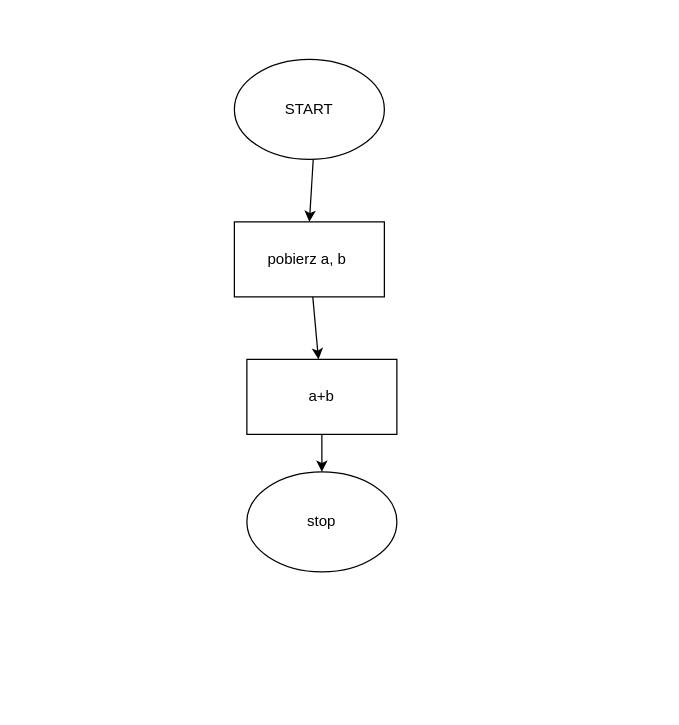
Above: dodawanie.drawio in BartoszKowalskiTCZ/Algorytmy (draw.io), before the change. Source tidied: cells renumbered, new cells numbered last; positions are measured from the earlier drawing's top-left corner, leaving out a move shared by most shapes. Both pictures are drawn from the tidied source at 125%, with x=0, y=0 at pixel (234, 59).
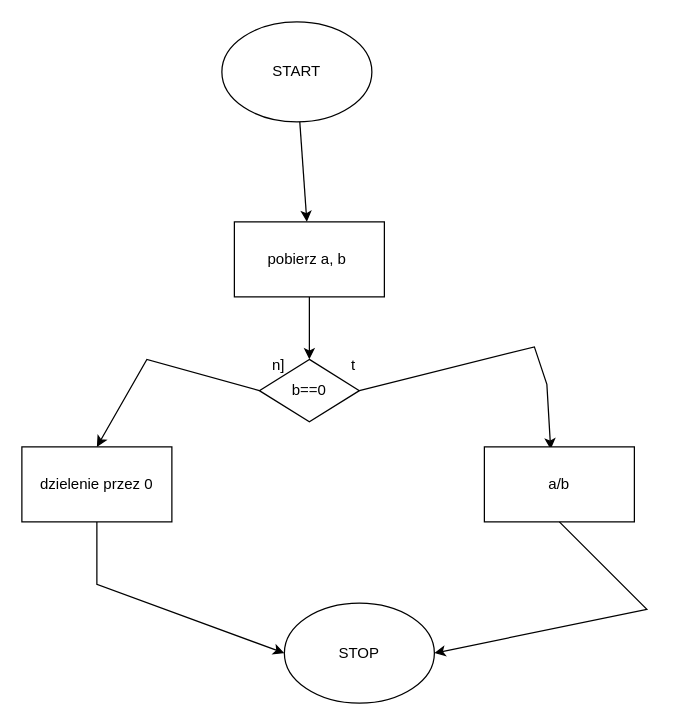
After the change.

Unchanged cells that the change refers to:
```xml
<mxCell id="3" value="pobierz a, b&amp;nbsp;" style="rounded=0;whiteSpace=wrap;html=1;" parent="1" vertex="1">
  <mxGeometry y="130" width="120" height="60" as="geometry" />
</mxCell>
```

Diff of the diagram source:
```diff
@@
     <mxCell id="2" value="START" style="ellipse;whiteSpace=wrap;html=1;" parent="1" vertex="1">
-      <mxGeometry width="120" height="80" as="geometry" />
+      <mxGeometry x="-10" y="-30" width="120" height="80" as="geometry" />
     </mxCell>
@@
-    <mxCell id="4" value="a+b" style="rounded=0;whiteSpace=wrap;html=1;" parent="1" vertex="1">
-      <mxGeometry x="10" y="240" width="120" height="60" as="geometry" />
-    </mxCell>
-    <mxCell id="5" value="stop" style="ellipse;whiteSpace=wrap;html=1;" parent="1" vertex="1">
-      <mxGeometry x="10" y="330" width="120" height="80" as="geometry" />
-    </mxCell>
@@
-    <mxCell id="7" style="endArrow=classic;html=1;rounded=0;" parent="1" edge="1" source="3" target="4">
-      <mxGeometry relative="1" as="geometry" />
-    </mxCell>
-    <mxCell id="8" style="endArrow=classic;html=1;rounded=0;" parent="1" edge="1" source="4" target="5">
-      <mxGeometry relative="1" as="geometry" />
+    <mxCell id="8" style="endArrow=classic;html=1;rounded=0;entryX=0;entryY=0.5;entryDx=0;entryDy=0;exitX=0.5;exitY=1;exitDx=0;exitDy=0;" parent="1" edge="1" source="15" target="16">
+      <mxGeometry relative="1" as="geometry">
+        <Array as="points">
+          <mxPoint x="-110" y="420" />
+        </Array>
+      </mxGeometry>
     </mxCell>
+    <mxCell id="9" value="b==0" style="rhombus;whiteSpace=wrap;html=1;" parent="1" vertex="1">
+      <mxGeometry x="20" y="240" width="80" height="50" as="geometry" />
+    </mxCell>
+    <mxCell id="10" style="endArrow=classic;html=1;rounded=0;exitX=0;exitY=0.5;exitDx=0;exitDy=0;entryX=0.5;entryY=0;entryDx=0;entryDy=0;" parent="1" edge="1" source="9" target="15">
+      <mxGeometry relative="1" as="geometry">
+        <Array as="points">
+          <mxPoint x="-70" y="240" />
+        </Array>
+      </mxGeometry>
+    </mxCell>
+    <mxCell id="11" style="endArrow=classic;html=1;rounded=0;exitX=1;exitY=0.5;exitDx=0;exitDy=0;entryX=0.442;entryY=0.033;entryDx=0;entryDy=0;entryPerimeter=0;" parent="1" edge="1" source="9" target="14">
+      <mxGeometry relative="1" as="geometry">
+        <Array as="points">
+          <mxPoint x="240" y="230" />
+          <mxPoint x="250" y="260" />
+        </Array>
+      </mxGeometry>
+    </mxCell>
+    <mxCell id="12" value="n]&lt;br&gt;" style="text;html=1;align=center;verticalAlign=middle;strokeColor=none;fillColor=none;" parent="1" vertex="1">
+      <mxGeometry x="20" y="230" width="30" height="30" as="geometry" />
+    </mxCell>
+    <mxCell id="13" value="t&lt;br&gt;" style="text;html=1;align=center;verticalAlign=middle;strokeColor=none;fillColor=none;" parent="1" vertex="1">
+      <mxGeometry x="80" y="230" width="30" height="30" as="geometry" />
+    </mxCell>
+    <mxCell id="14" value="a/b" style="rounded=0;whiteSpace=wrap;html=1;" parent="1" vertex="1">
+      <mxGeometry x="200" y="310" width="120" height="60" as="geometry" />
+    </mxCell>
+    <mxCell id="15" value="dzielenie przez 0&lt;br&gt;" style="rounded=0;whiteSpace=wrap;html=1;" parent="1" vertex="1">
+      <mxGeometry x="-170" y="310" width="120" height="60" as="geometry" />
+    </mxCell>
+    <mxCell id="16" value="STOP" style="ellipse;whiteSpace=wrap;html=1;" parent="1" vertex="1">
+      <mxGeometry x="40" y="435" width="120" height="80" as="geometry" />
+    </mxCell>
+    <mxCell id="17" style="endArrow=classic;html=1;rounded=0;exitX=0.5;exitY=1;exitDx=0;exitDy=0;entryX=1;entryY=0.5;entryDx=0;entryDy=0;" parent="1" edge="1" source="14" target="16">
+      <mxGeometry relative="1" as="geometry">
+        <Array as="points">
+          <mxPoint x="330" y="440" />
+        </Array>
+      </mxGeometry>
+    </mxCell>
+    <mxCell id="18" style="endArrow=classic;html=1;rounded=0;exitX=0.5;exitY=1;exitDx=0;exitDy=0;entryX=0.5;entryY=0;entryDx=0;entryDy=0;" parent="1" edge="1" source="3" target="9">
+      <mxGeometry relative="1" as="geometry" />
+    </mxCell>
```
